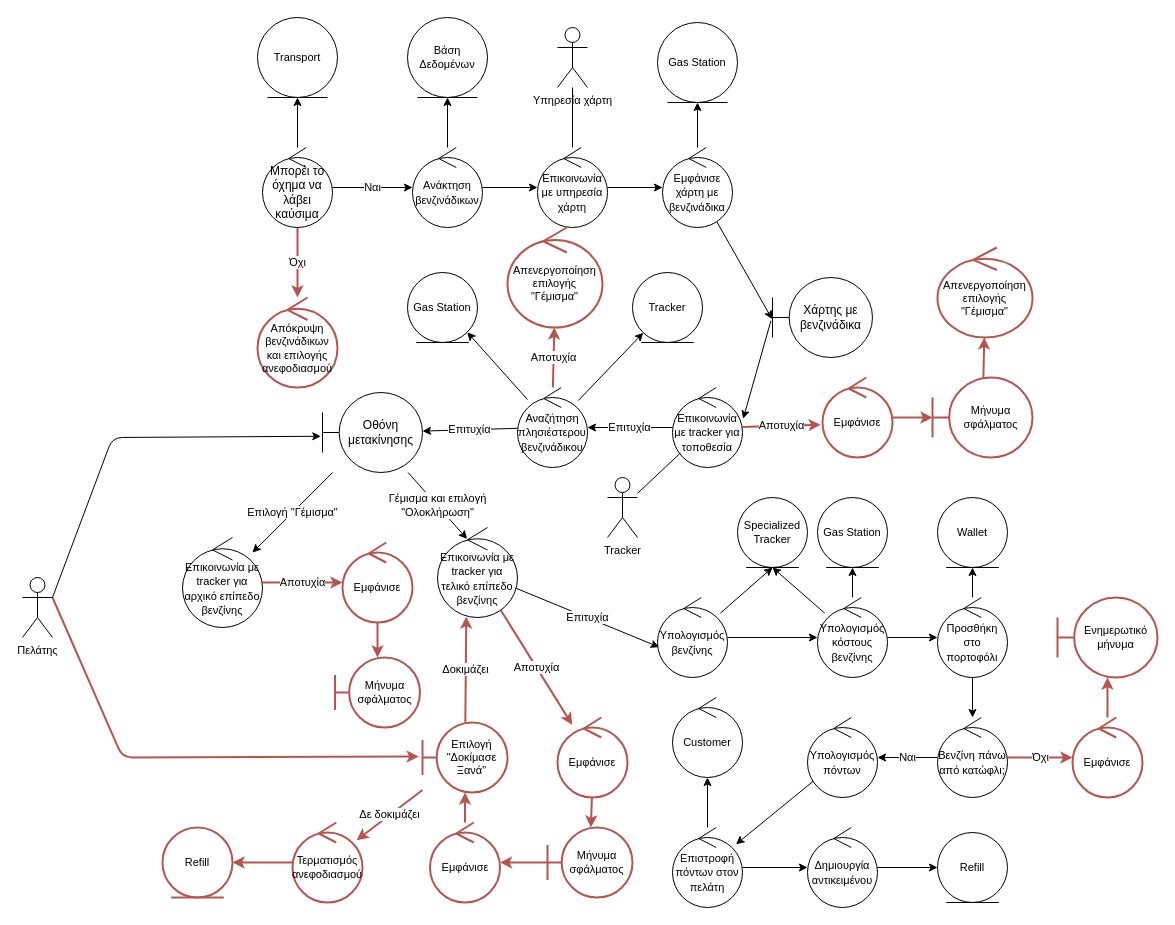
Nikolis2002/texnoligia_logismikou keeps this draw.io diagram as Part_2/Robustness/diagrams/13_Ανεφοδιασμός_Οχήματος.drawio. Above is the earlier version. Source tidied: cells renumbered, new cells numbered last; positions are measured from the earlier drawing's top-left corner, leaving out a move shared by most shapes. Both pictures are drawn from the tidied source at 100%, with x=0, y=0 at pixel (22, 17).
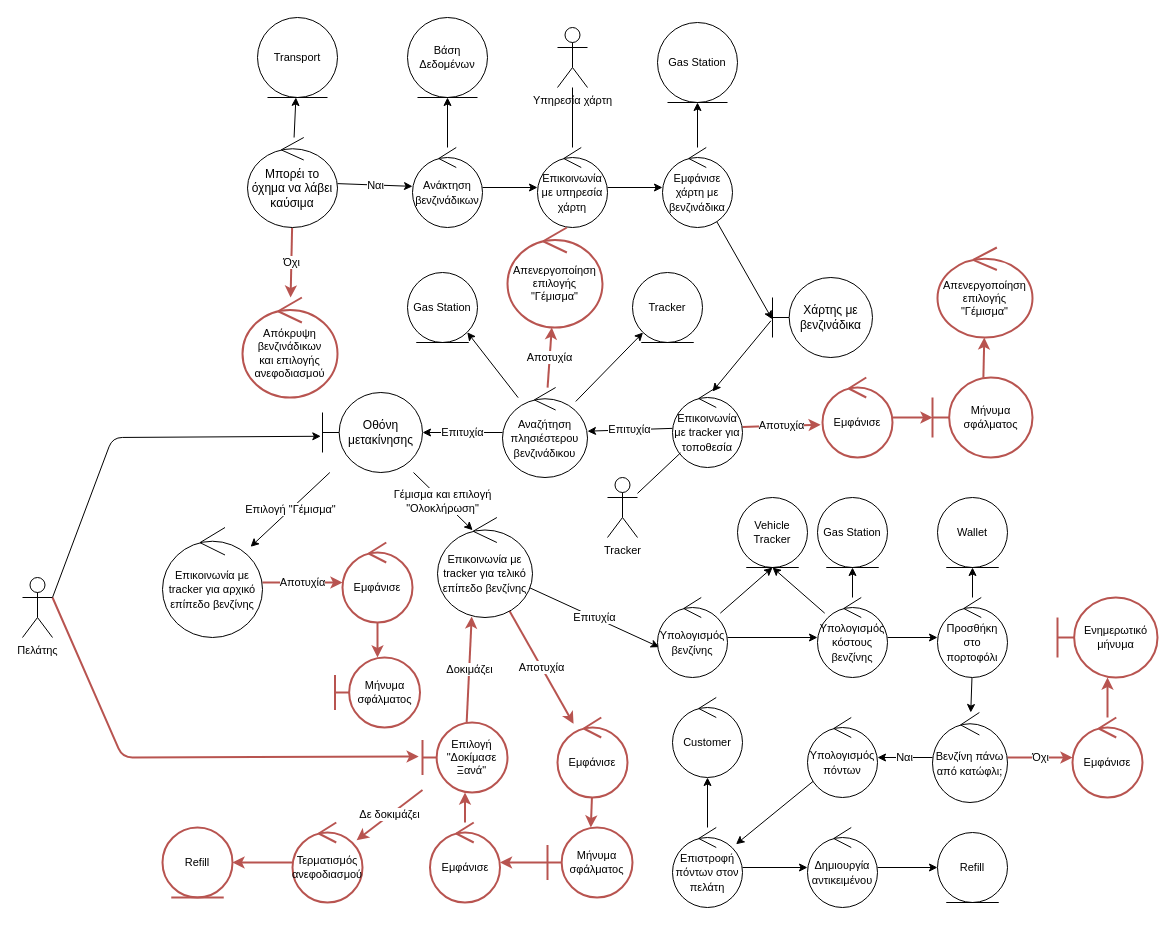
The same page after the edit.

Unchanged cells that the change refers to:
```xml
<mxCell id="23" value="Χάρτης με βενζινάδικα" style="shape=umlBoundary;whiteSpace=wrap;html=1;" parent="1" vertex="1">
  <mxGeometry x="750" y="260" width="100" height="80" as="geometry" />
</mxCell>
<mxCell id="26" value="&lt;font style=&quot;font-size: 11px;&quot;&gt;Επικοινωνία με tracker για τοποθεσία&lt;/font&gt;" style="ellipse;shape=umlControl;whiteSpace=wrap;html=1;" parent="1" vertex="1">
  <mxGeometry x="650" y="370" width="70" height="80" as="geometry" />
</mxCell>
```

Change to the diagram source:
```diff
@@
     <mxCell id="5" value="Μπορέι το όχημα να λάβει καύσιμα" style="ellipse;shape=umlControl;whiteSpace=wrap;html=1;" parent="1" vertex="1">
-      <mxGeometry x="240" y="130" width="70" height="80" as="geometry" />
+      <mxGeometry x="225" y="120" width="90" height="90" as="geometry" />
     </mxCell>
@@
     <mxCell id="10" value="Απόκρυψη βενζινάδικων&lt;br&gt;και επιλογής&lt;br&gt;ανεφοδιασμού" style="ellipse;shape=umlControl;whiteSpace=wrap;html=1;fontSize=11;strokeColor=#b85450;fillColor=none;strokeWidth=2;" parent="1" vertex="1">
-      <mxGeometry x="235" y="280" width="80" height="90" as="geometry" />
+      <mxGeometry x="220" y="280" width="95" height="100" as="geometry" />
     </mxCell>
@@
-    <mxCell id="22" style="edgeStyle=none;html=1;entryX=1.01;entryY=0.391;entryDx=0;entryDy=0;entryPerimeter=0;endArrow=classic;endFill=1;exitX=-0.016;exitY=0.541;exitDx=0;exitDy=0;exitPerimeter=0;" parent="1" edge="1" source="23" target="26">
+    <mxCell id="22" style="edgeStyle=none;html=1;entryX=0.571;entryY=0.05;entryDx=0;entryDy=0;entryPerimeter=0;endArrow=classic;endFill=1;exitX=-0.016;exitY=0.541;exitDx=0;exitDy=0;exitPerimeter=0;" parent="1" edge="1" source="23" target="26">
       <mxGeometry relative="1" as="geometry" />
     </mxCell>
@@
     <mxCell id="32" value="&lt;font style=&quot;font-size: 11px;&quot;&gt;Αναζήτηση πλησιέστερου βενζινάδικου&lt;/font&gt;" style="ellipse;shape=umlControl;whiteSpace=wrap;html=1;" parent="1" vertex="1">
-      <mxGeometry x="495" y="370" width="70" height="80" as="geometry" />
+      <mxGeometry x="480" y="370" width="85" height="90" as="geometry" />
     </mxCell>
@@
     <mxCell id="47" value="&lt;font style=&quot;font-size: 11px;&quot;&gt;Επικοινωνία με tracker για αρχικό επίπεδο βενζίνης&lt;/font&gt;" style="ellipse;shape=umlControl;whiteSpace=wrap;html=1;" parent="1" vertex="1">
-      <mxGeometry x="160" y="520" width="80" height="90" as="geometry" />
+      <mxGeometry x="140" y="510" width="100" height="110" as="geometry" />
     </mxCell>
@@
     <mxCell id="50" value="&lt;span style=&quot;font-size: 11px;&quot;&gt;Επικοινωνία με tracker για τελικό επίπεδο βενζίνης&lt;/span&gt;" style="ellipse;shape=umlControl;whiteSpace=wrap;html=1;" parent="1" vertex="1">
-      <mxGeometry x="415" y="510" width="80" height="90" as="geometry" />
+      <mxGeometry x="415" y="500" width="95" height="100" as="geometry" />
     </mxCell>
@@
-    <mxCell id="71" value="Specialized&lt;br&gt;Tracker" style="ellipse;shape=umlEntity;whiteSpace=wrap;html=1;fontSize=11;" parent="1" vertex="1">
+    <mxCell id="71" value="Vehicle Tracker" style="ellipse;shape=umlEntity;whiteSpace=wrap;html=1;fontSize=11;" parent="1" vertex="1">
       <mxGeometry x="715" y="480" width="70" height="70" as="geometry" />
     </mxCell>
@@
     <mxCell id="81" value="&lt;span style=&quot;font-size: 11px;&quot;&gt;Βενζίνη πάνω από κατώφλι;&lt;/span&gt;" style="ellipse;shape=umlControl;whiteSpace=wrap;html=1;" parent="1" vertex="1">
-      <mxGeometry x="915" y="700" width="70" height="80" as="geometry" />
+      <mxGeometry x="910" y="695" width="75" height="90" as="geometry" />
     </mxCell>
```
